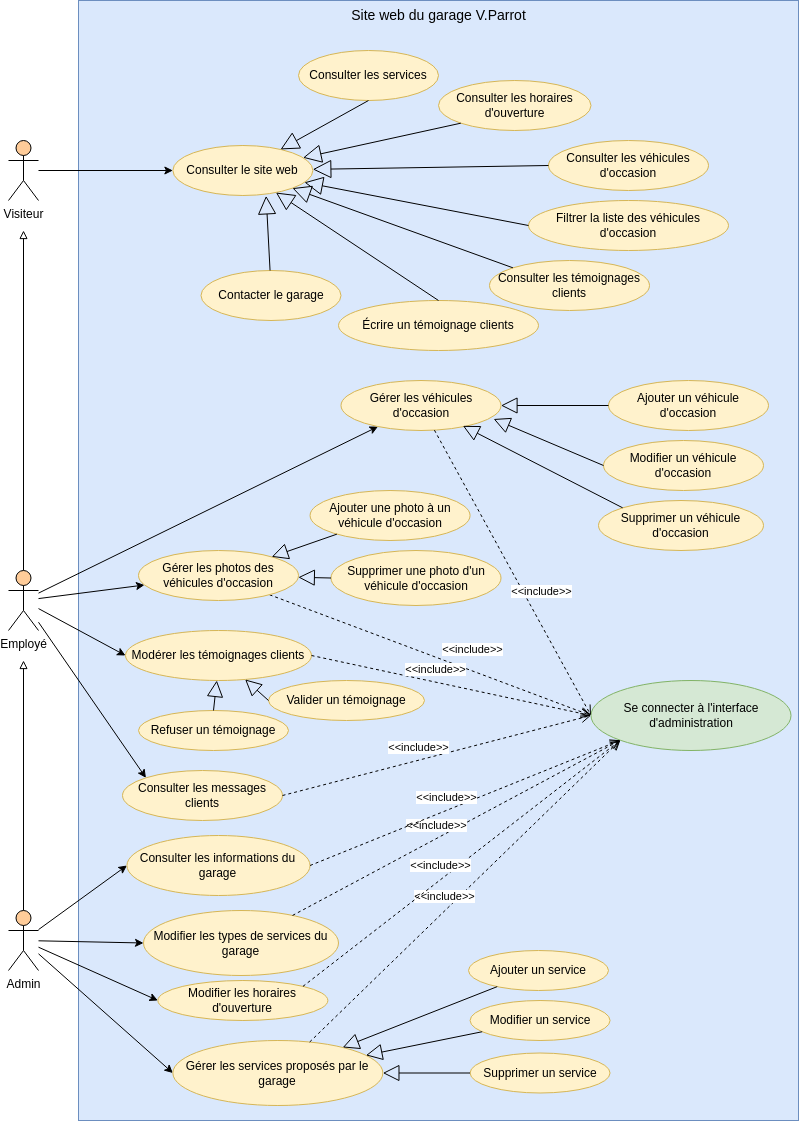
The draw.io diagram diagramme_cas_utilisation.drawio.png in floretcl/ECF-TP-DWWM-Garage-02-06-2023, before a commit. Source tidied: cells renumbered, new cells last; positions are measured from the earlier drawing's top-left corner, leaving out a move shared by most shapes.
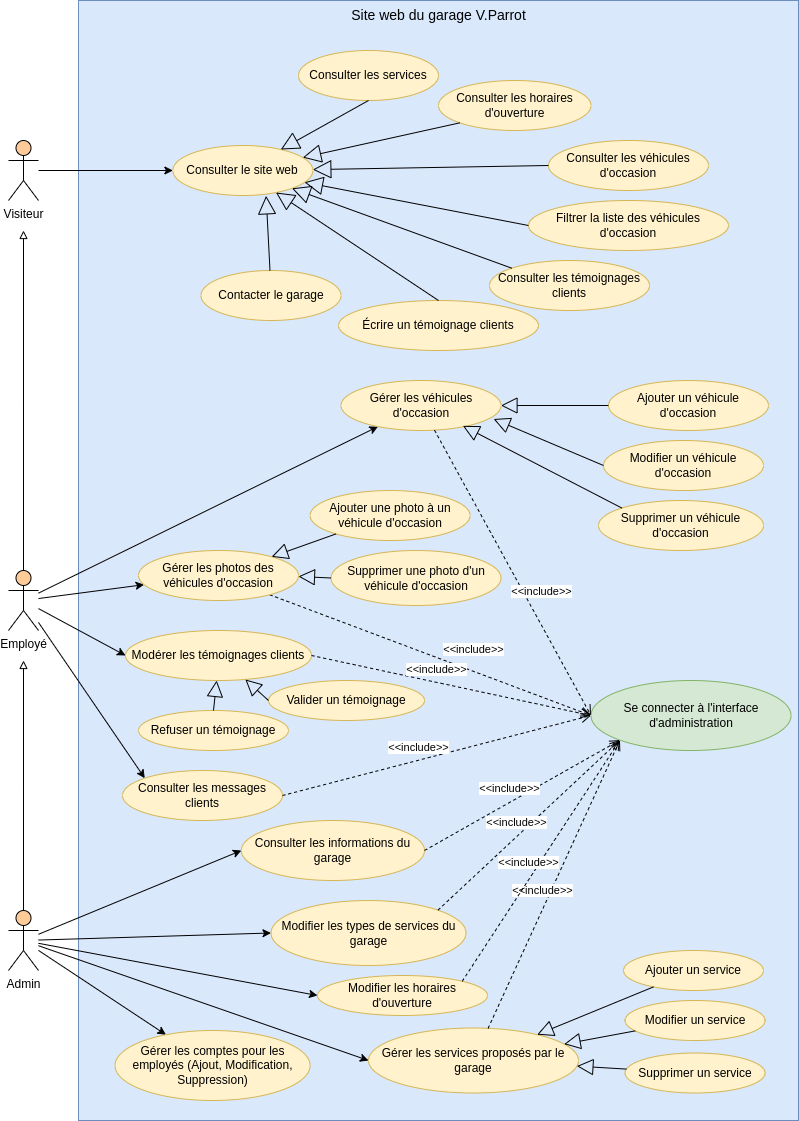
After the commit.

Commit message:
update use case diagram

Diff of the diagram source:
```diff
@@ -22,6 +22,9 @@
     <mxCell id="7" style="rounded=0;jettySize=auto;html=1;entryX=0;entryY=0.5;entryDx=0;entryDy=0;" parent="1" edge="1" source="8" target="40">
       <mxGeometry relative="1" as="geometry" />
     </mxCell>
+    <mxCell id="71" style="rounded=0;jettySize=auto;html=1;" parent="1" edge="1" source="8" target="72">
+      <mxGeometry relative="1" as="geometry" />
+    </mxCell>
     <mxCell id="8" value="Admin&lt;br&gt;" style="shape=umlActor;verticalLabelPosition=bottom;verticalAlign=top;html=1;outlineConnect=0;fillColor=#FFCC99;" parent="1" vertex="1">
       <mxGeometry y="910" width="30" height="60" as="geometry" />
     </mxCell>
@@ -58,19 +61,19 @@
       <mxGeometry x="582.5" y="680" width="200" height="70" as="geometry" />
     </mxCell>
     <mxCell id="19" value="Ajouter un service" style="ellipse;whiteSpace=wrap;html=1;fillColor=#fff2cc;strokeColor=#d6b656;" parent="1" vertex="1">
-      <mxGeometry x="460" y="950" width="140" height="40" as="geometry" />
+      <mxGeometry x="615" y="950" width="140" height="40" as="geometry" />
     </mxCell>
     <mxCell id="20" value="Modifier un service" style="ellipse;whiteSpace=wrap;html=1;fillColor=#fff2cc;strokeColor=#d6b656;" parent="1" vertex="1">
-      <mxGeometry x="461.6" y="1000" width="140" height="40" as="geometry" />
+      <mxGeometry x="616.6" y="1000" width="140" height="40" as="geometry" />
     </mxCell>
     <mxCell id="21" value="Supprimer un service" style="ellipse;whiteSpace=wrap;html=1;fillColor=#fff2cc;strokeColor=#d6b656;" parent="1" vertex="1">
-      <mxGeometry x="461.6" y="1052.5" width="140" height="40" as="geometry" />
+      <mxGeometry x="616.6" y="1052.5" width="140" height="40" as="geometry" />
     </mxCell>
     <mxCell id="22" value="Consulter les services" style="ellipse;whiteSpace=wrap;html=1;fillColor=#fff2cc;strokeColor=#d6b656;" parent="1" vertex="1">
       <mxGeometry x="290" y="50" width="140" height="50" as="geometry" />
     </mxCell>
     <mxCell id="23" value="Modifier les horaires d'ouverture" style="ellipse;whiteSpace=wrap;html=1;fillColor=#fff2cc;strokeColor=#d6b656;" parent="1" vertex="1">
-      <mxGeometry x="149.4" y="980" width="170" height="40" as="geometry" />
+      <mxGeometry x="309" y="975" width="170" height="40" as="geometry" />
     </mxCell>
     <mxCell id="24" value="Consulter les véhicules d'occasion" style="ellipse;whiteSpace=wrap;html=1;fillColor=#fff2cc;strokeColor=#d6b656;" parent="1" vertex="1">
       <mxGeometry x="540" y="140" width="160" height="50" as="geometry" />
@@ -121,10 +124,10 @@
       <mxGeometry x="0.24" y="12" relative="1" as="geometry" />
     </mxCell>
     <mxCell id="40" value="Consulter les informations du garage" style="ellipse;whiteSpace=wrap;html=1;fillColor=#fff2cc;strokeColor=#d6b656;" parent="1" vertex="1">
-      <mxGeometry x="118.4" y="835" width="183.1" height="60" as="geometry" />
+      <mxGeometry x="232.9" y="820" width="183.1" height="60" as="geometry" />
     </mxCell>
     <mxCell id="41" value="Modifier les types de services du garage" style="ellipse;whiteSpace=wrap;html=1;fillColor=#fff2cc;strokeColor=#d6b656;" parent="1" vertex="1">
-      <mxGeometry x="135" y="910" width="195" height="65" as="geometry" />
+      <mxGeometry x="262.5" y="900" width="195" height="65" as="geometry" />
     </mxCell>
     <mxCell id="42" value="Gérer les véhicules d'occasion" style="ellipse;whiteSpace=wrap;html=1;fillColor=#fff2cc;strokeColor=#d6b656;" parent="1" vertex="1">
       <mxGeometry x="332.5" y="380" width="160" height="50" as="geometry" />
@@ -139,7 +142,7 @@
       <mxGeometry x="130" y="710" width="150" height="40" as="geometry" />
     </mxCell>
     <mxCell id="46" value="Gérer les services proposés par le garage" style="ellipse;whiteSpace=wrap;html=1;fillColor=#fff2cc;strokeColor=#d6b656;" parent="1" vertex="1">
-      <mxGeometry x="164.4" y="1040" width="210" height="65" as="geometry" />
+      <mxGeometry x="360" y="1027.5" width="210" height="65" as="geometry" />
     </mxCell>
     <mxCell id="47" style="endArrow=block;endSize=16;endFill=0;html=1;rounded=0;exitX=0.5;exitY=1;exitDx=0;exitDy=0;" parent="1" edge="1" source="22" target="32">
       <mxGeometry x="0.39" y="21" relative="1" as="geometry" />
@@ -198,7 +201,7 @@
     <mxCell id="65" value="&amp;lt;&amp;lt;include&amp;gt;&amp;gt;" style="html=1;verticalAlign=bottom;endArrow=open;dashed=1;endSize=8;curved=0;rounded=0;entryX=0;entryY=0.5;entryDx=0;entryDy=0;" parent="1" edge="1" source="42" target="18">
       <mxGeometry x="0.24" y="12" relative="1" as="geometry" />
     </mxCell>
-    <mxCell id="66" value="&amp;lt;&amp;lt;include&amp;gt;&amp;gt;" style="html=1;verticalAlign=bottom;endArrow=open;dashed=1;endSize=8;curved=0;rounded=0;entryX=0;entryY=1;entryDx=0;entryDy=0;" parent="1" edge="1" source="41" target="18">
+    <mxCell id="66" value="&amp;lt;&amp;lt;include&amp;gt;&amp;gt;" style="html=1;verticalAlign=bottom;endArrow=open;dashed=1;endSize=8;curved=0;rounded=0;entryX=0;entryY=1;entryDx=0;entryDy=0;exitX=1;exitY=0;exitDx=0;exitDy=0;" parent="1" edge="1" source="41" target="18">
       <mxGeometry x="-0.11" y="4" relative="1" as="geometry" />
     </mxCell>
     <mxCell id="67" value="&amp;lt;&amp;lt;include&amp;gt;&amp;gt;" style="html=1;verticalAlign=bottom;endArrow=open;dashed=1;endSize=8;curved=0;rounded=0;entryX=0;entryY=1;entryDx=0;entryDy=0;" parent="1" edge="1" source="46" target="18">
@@ -213,5 +216,8 @@
     <mxCell id="70" value="&amp;lt;&amp;lt;include&amp;gt;&amp;gt;" style="html=1;verticalAlign=bottom;endArrow=open;dashed=1;endSize=8;curved=0;rounded=0;entryX=0;entryY=0.5;entryDx=0;entryDy=0;exitX=1;exitY=0.5;exitDx=0;exitDy=0;" parent="1" edge="1" source="36" target="18">
       <mxGeometry x="-0.11" y="4" relative="1" as="geometry" />
     </mxCell>
+    <mxCell id="72" value="Gérer les comptes pour les employés (Ajout, Modification, Suppression)" style="ellipse;whiteSpace=wrap;html=1;fillColor=#fff2cc;strokeColor=#d6b656;" parent="1" vertex="1">
+      <mxGeometry x="106.6" y="1030" width="195" height="70" as="geometry" />
+    </mxCell>
   </root>
 </mxGraphModel>
```
